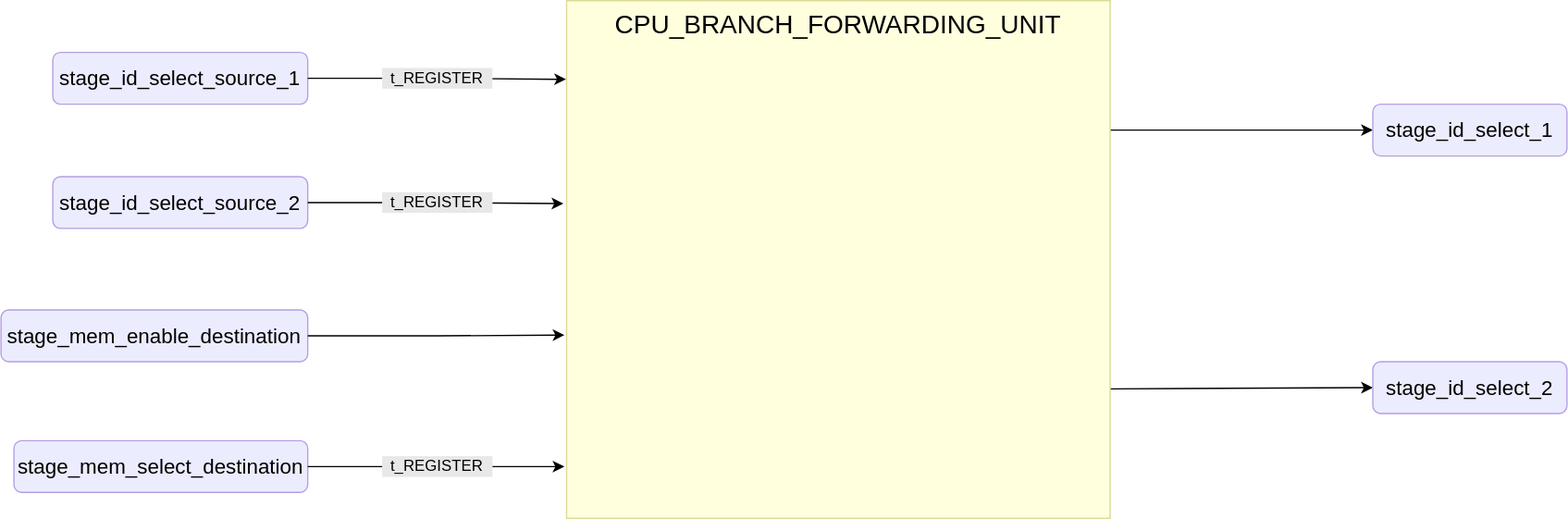
Earlier version of the draw.io export docs/public/images/reference/report_components/cpu_branch_forwarding_unit.drawio.svg (insper-riscv/core). Source tidied: cells renumbered, new cells last; positions are measured from the earlier drawing's top-left corner, leaving out a move shared by most shapes.
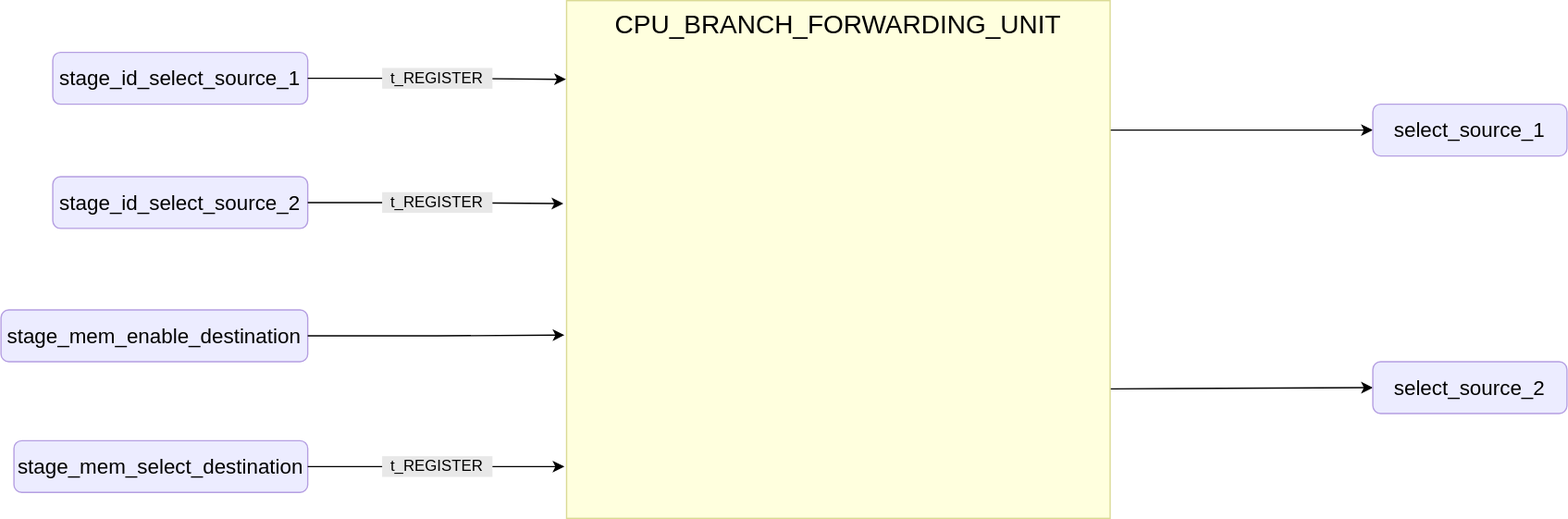
The same file after the commit.

Change to the diagram source:
```diff
@@ -22,10 +22,10 @@
     <mxCell id="5" value="stage_id_select_source_1" style="rounded=1;whiteSpace=wrap;html=1;fillColor=#ececff;strokeColor=#b59fe2;fontSize=16;" parent="1" vertex="1">
       <mxGeometry x="40" y="40" width="197" height="40" as="geometry" />
     </mxCell>
-    <mxCell id="6" value="stage_id_select_1" style="rounded=1;whiteSpace=wrap;html=1;fillColor=#ececff;strokeColor=#b59fe2;fontSize=16;" parent="1" vertex="1">
+    <mxCell id="6" value="select_source_1" style="rounded=1;whiteSpace=wrap;html=1;fillColor=#ececff;strokeColor=#b59fe2;fontSize=16;" parent="1" vertex="1">
       <mxGeometry x="1060" y="80" width="150" height="40" as="geometry" />
     </mxCell>
-    <mxCell id="7" value="stage_id_select_2" style="rounded=1;whiteSpace=wrap;html=1;fillColor=#ececff;strokeColor=#b59fe2;fontSize=16;" parent="1" vertex="1">
+    <mxCell id="7" value="select_source_2" style="rounded=1;whiteSpace=wrap;html=1;fillColor=#ececff;strokeColor=#b59fe2;fontSize=16;" parent="1" vertex="1">
       <mxGeometry x="1060" y="279" width="150" height="40" as="geometry" />
     </mxCell>
     <mxCell id="8" value="stage_mem_enable_destination" style="rounded=1;whiteSpace=wrap;html=1;fillColor=#ececff;strokeColor=#b59fe2;fontSize=16;" parent="1" vertex="1">
```
